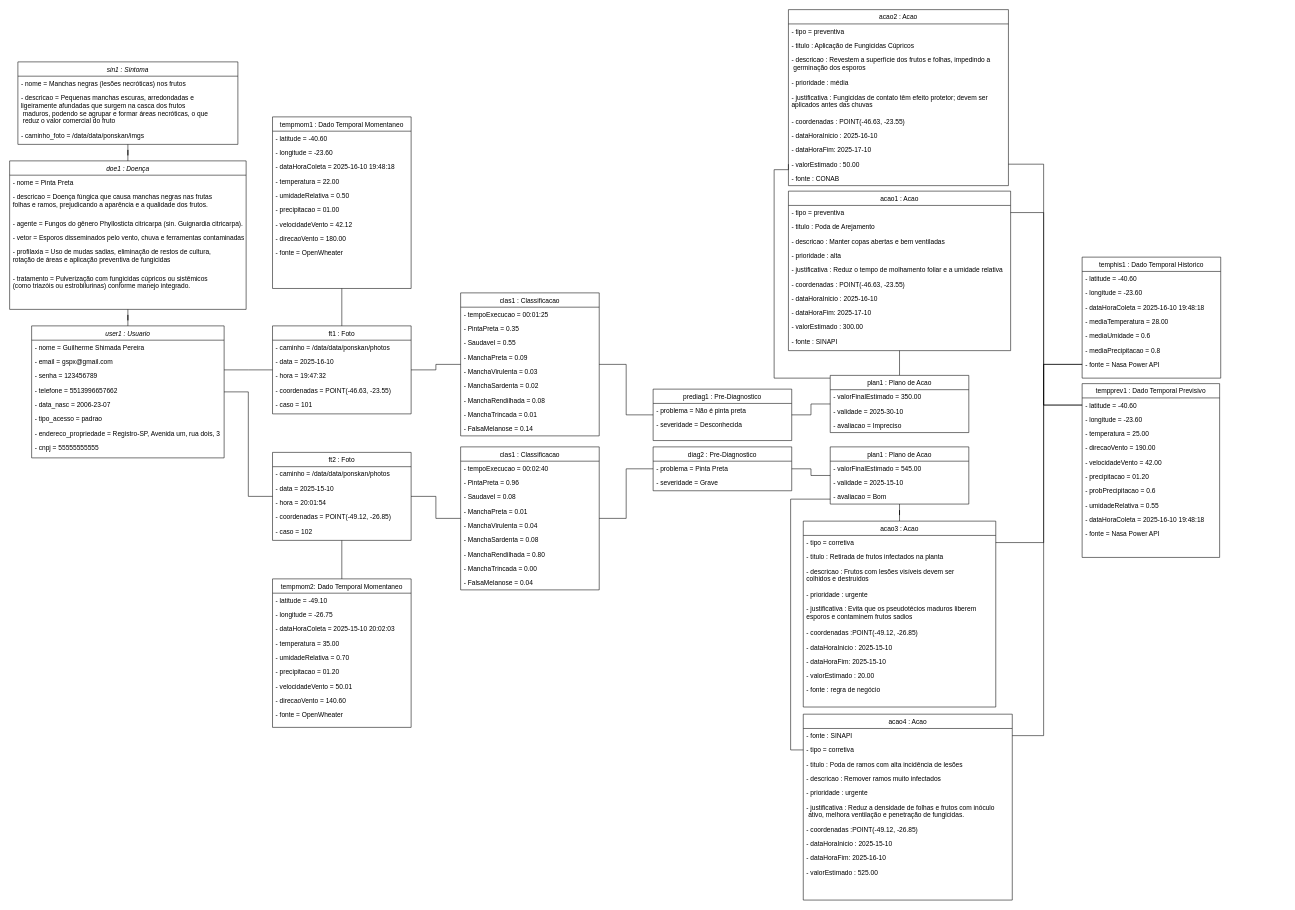
guilhermexmada/pi-ponskan keeps this draw.io diagram as uml/objetos_blackspot.drawio. Above is the earlier version. Source tidied: cells renumbered, new cells numbered last; positions are measured from the earlier drawing's top-left corner, leaving out a move shared by most shapes. Both pictures are drawn from the tidied source at 55%, with x=0, y=0 at pixel (9, 9).
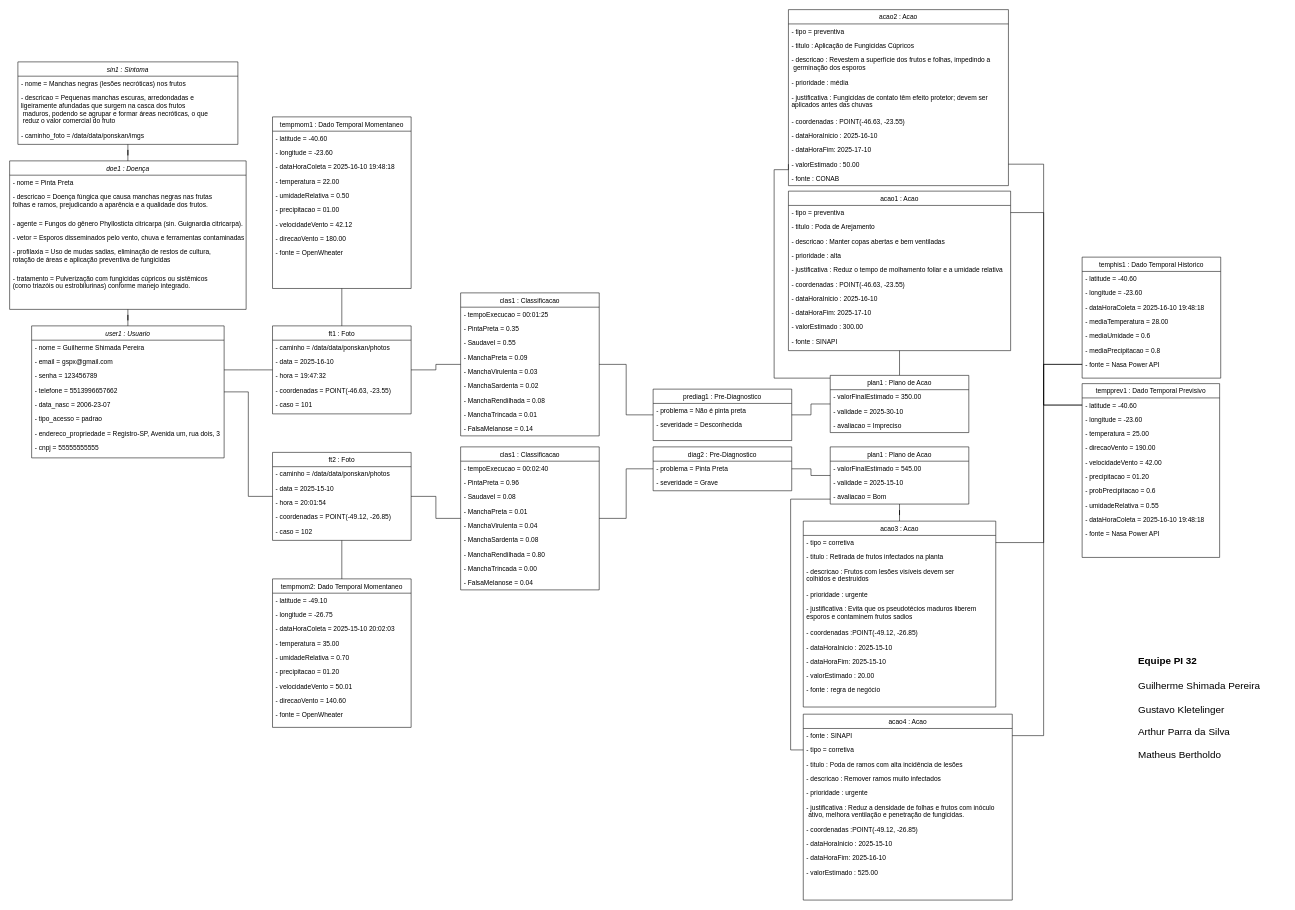
Above is the later version.

Commit message (it also covers changes not shown here):
update diag. classes e objetos

Change to the diagram source:
```diff
@@
+    <mxCell id="171" value="&lt;h1 style=&quot;margin-top: 0px;&quot;&gt;&lt;span style=&quot;font-size: 18px; background-color: transparent; color: light-dark(rgb(0, 0, 0), rgb(255, 255, 255));&quot;&gt;Equipe PI 32&lt;/span&gt;&lt;/h1&gt;&lt;h1 style=&quot;margin-top: 0px;&quot;&gt;&lt;span style=&quot;font-size: 18px; font-weight: 400;&quot;&gt;Guilherme Shimada Pereira&lt;/span&gt;&lt;/h1&gt;&lt;h1 style=&quot;margin-top: 0px;&quot;&gt;&lt;span style=&quot;font-size: 18px; background-color: transparent; color: light-dark(rgb(0, 0, 0), rgb(255, 255, 255)); font-weight: normal;&quot;&gt;Gustavo Kletelinger&lt;/span&gt;&lt;/h1&gt;&lt;div&gt;&lt;span style=&quot;font-size: 18px;&quot;&gt;Arthur Parra da Silva&lt;/span&gt;&lt;/div&gt;&lt;div&gt;&lt;span style=&quot;font-size: 18px;&quot;&gt;&lt;br&gt;&lt;/span&gt;&lt;/div&gt;&lt;div&gt;&lt;span style=&quot;font-size: 18px;&quot;&gt;Matheus Bertholdo&amp;nbsp;&lt;/span&gt;&lt;/div&gt;" style="text;html=1;whiteSpace=wrap;overflow=hidden;rounded=0;" parent="1" vertex="1">
+      <mxGeometry x="2050" y="1161" width="270" height="219" as="geometry" />
+    </mxCell>
```
